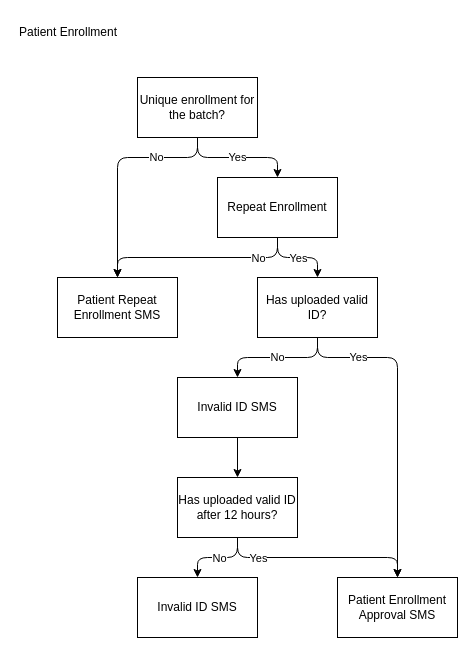
This is page "Decision Tree" (1 of 2) of Patient Programs/NS Pulse Care/Patient Enrollment.dio from MedGrocer/diagrams, a draw.io file, before an edit. Source tidied: cells renumbered, new cells numbered last; positions are measured from the earlier drawing's top-left corner, leaving out a move shared by most shapes. Both pictures are drawn from the tidied source at 100%, with x=0, y=0 at pixel (17, 17).
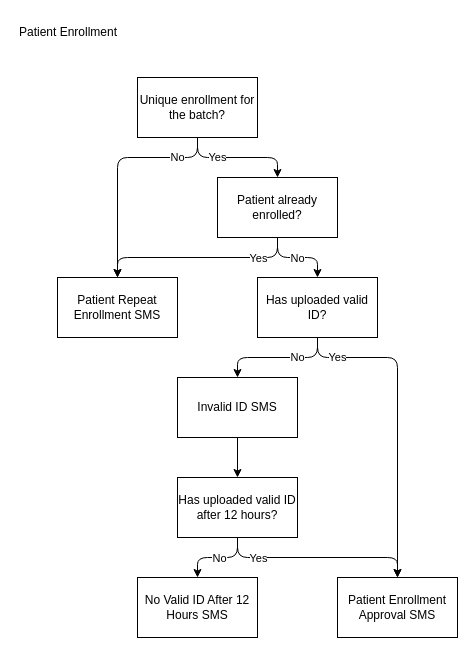
After the change.

Unchanged cells that the change refers to:
```xml
<mxCell id="5" value="&lt;font style=&quot;font-size: 12px;&quot;&gt;Unique enrollment for the batch?&lt;br&gt;&lt;/font&gt;" style="rounded=0;whiteSpace=wrap;html=1;fillColor=none;" parent="1" vertex="1">
  <mxGeometry x="120" y="60" width="120" height="60" as="geometry" />
</mxCell>
<mxCell id="6" value="&lt;font style=&quot;font-size: 12px;&quot;&gt;Patient Repeat Enrollment SMS&lt;br&gt;&lt;/font&gt;" style="rounded=0;whiteSpace=wrap;html=1;fillColor=none;" parent="1" vertex="1">
  <mxGeometry x="40" y="260" width="120" height="60" as="geometry" />
</mxCell>
<mxCell id="7" style="edgeStyle=none;html=1;entryX=0.5;entryY=0;entryDx=0;entryDy=0;exitX=0.5;exitY=1;exitDx=0;exitDy=0;" parent="1" edge="1" source="11" target="14">
  <mxGeometry relative="1" as="geometry">
    <Array as="points">
      <mxPoint x="260" y="240" />
      <mxPoint x="300" y="240" />
    </Array>
  </mxGeometry>
</mxCell>
<mxCell id="9" style="edgeStyle=none;html=1;exitX=0.5;exitY=1;exitDx=0;exitDy=0;entryX=0.5;entryY=0;entryDx=0;entryDy=0;" parent="1" edge="1" source="11" target="6">
  <mxGeometry relative="1" as="geometry">
    <Array as="points">
      <mxPoint x="260" y="240" />
      <mxPoint x="100" y="240" />
    </Array>
  </mxGeometry>
</mxCell>
<mxCell id="14" value="&lt;font style=&quot;font-size: 12px;&quot;&gt;Has uploaded valid ID?&lt;br&gt;&lt;/font&gt;" style="rounded=0;whiteSpace=wrap;html=1;fillColor=none;" parent="1" vertex="1">
  <mxGeometry x="240" y="260" width="120" height="60" as="geometry" />
</mxCell>
<mxCell id="16" value="&lt;font style=&quot;font-size: 12px;&quot;&gt;Invalid ID SMS&lt;br&gt;&lt;/font&gt;" style="rounded=0;whiteSpace=wrap;html=1;fillColor=none;" parent="1" vertex="1">
  <mxGeometry x="160" y="360" width="120" height="60" as="geometry" />
</mxCell>
<mxCell id="17" value="&lt;font style=&quot;font-size: 12px;&quot;&gt;Patient Enrollment Approval SMS&lt;br&gt;&lt;/font&gt;" style="rounded=0;whiteSpace=wrap;html=1;fillColor=none;" parent="1" vertex="1">
  <mxGeometry x="320" y="560" width="120" height="60" as="geometry" />
</mxCell>
```

Diff of the diagram source:
```diff
@@
     <mxCell id="3" value="Yes&lt;br&gt;" style="edgeStyle=none;html=1;exitX=0.5;exitY=1;exitDx=0;exitDy=0;entryX=0.5;entryY=0;entryDx=0;entryDy=0;" parent="1" edge="1" source="5" target="11">
-      <mxGeometry relative="1" as="geometry">
+      <mxGeometry x="-0.33" relative="1" as="geometry">
         <Array as="points">
           <mxPoint x="180" y="140" />
           <mxPoint x="260" y="140" />
         </Array>
       </mxGeometry>
     </mxCell>
     <mxCell id="4" value="No&lt;br&gt;" style="edgeStyle=none;html=1;exitX=0.5;exitY=1;exitDx=0;exitDy=0;entryX=0.5;entryY=0;entryDx=0;entryDy=0;" parent="1" edge="1" source="5" target="6">
-      <mxGeometry x="-0.45" relative="1" as="geometry">
+      <mxGeometry x="-0.64" relative="1" as="geometry">
         <Array as="points">
           <mxPoint x="180" y="140" />
           <mxPoint x="100" y="140" />
         </Array>
       </mxGeometry>
     </mxCell>
@@
-    <mxCell id="8" value="Yes" style="edgeLabel;html=1;align=center;verticalAlign=middle;" parent="7" vertex="1">
-      <mxGeometry x="0.01" relative="1" as="geometry" />
+    <mxCell id="8" value="No" style="edgeLabel;html=1;align=center;verticalAlign=middle;" parent="7" vertex="1">
+      <mxGeometry x="0.01" relative="1" as="geometry">
+        <mxPoint x="-1" as="offset" />
+      </mxGeometry>
     </mxCell>
@@
-    <mxCell id="10" value="No" style="edgeLabel;html=1;align=center;verticalAlign=middle;" parent="9" vertex="1">
+    <mxCell id="10" value="Yes" style="edgeLabel;html=1;align=center;verticalAlign=middle;" parent="9" vertex="1">
       <mxGeometry x="-0.4" relative="1" as="geometry">
         <mxPoint x="20" as="offset" />
       </mxGeometry>
     </mxCell>
-    <mxCell id="11" value="&lt;font style=&quot;font-size: 12px;&quot;&gt;Repeat Enrollment&lt;br&gt;&lt;/font&gt;" style="rounded=0;whiteSpace=wrap;html=1;fillColor=none;" parent="1" vertex="1">
+    <mxCell id="11" value="&lt;font style=&quot;font-size: 12px;&quot;&gt;Patient already enrolled?&lt;br&gt;&lt;/font&gt;" style="rounded=0;whiteSpace=wrap;html=1;fillColor=none;" parent="1" vertex="1">
       <mxGeometry x="200" y="160" width="120" height="60" as="geometry" />
     </mxCell>
     <mxCell id="12" value="No" style="edgeStyle=none;html=1;exitX=0.5;exitY=1;exitDx=0;exitDy=0;entryX=0.5;entryY=0;entryDx=0;entryDy=0;" parent="1" edge="1" source="14" target="16">
-      <mxGeometry relative="1" as="geometry">
+      <mxGeometry x="-0.33" relative="1" as="geometry">
         <Array as="points">
           <mxPoint x="300" y="340" />
           <mxPoint x="220" y="340" />
         </Array>
       </mxGeometry>
     </mxCell>
     <mxCell id="13" value="Yes&lt;br&gt;" style="edgeStyle=none;html=1;exitX=0.5;exitY=1;exitDx=0;exitDy=0;entryX=0.5;entryY=0;entryDx=0;entryDy=0;" parent="1" edge="1" source="14" target="17">
-      <mxGeometry x="-0.62" relative="1" as="geometry">
+      <mxGeometry x="-0.75" relative="1" as="geometry">
         <Array as="points">
           <mxPoint x="300" y="340" />
           <mxPoint x="380" y="340" />
         </Array>
       </mxGeometry>
     </mxCell>
@@
-    <mxCell id="23" value="&lt;font style=&quot;font-size: 12px;&quot;&gt;Invalid ID SMS&lt;br&gt;&lt;/font&gt;" style="rounded=0;whiteSpace=wrap;html=1;fillColor=none;" parent="1" vertex="1">
+    <mxCell id="23" value="&lt;font style=&quot;font-size: 12px;&quot;&gt;No Valid ID After 12 Hours SMS&lt;br&gt;&lt;/font&gt;" style="rounded=0;whiteSpace=wrap;html=1;fillColor=none;" parent="1" vertex="1">
       <mxGeometry x="120" y="560" width="120" height="60" as="geometry" />
     </mxCell>
```
